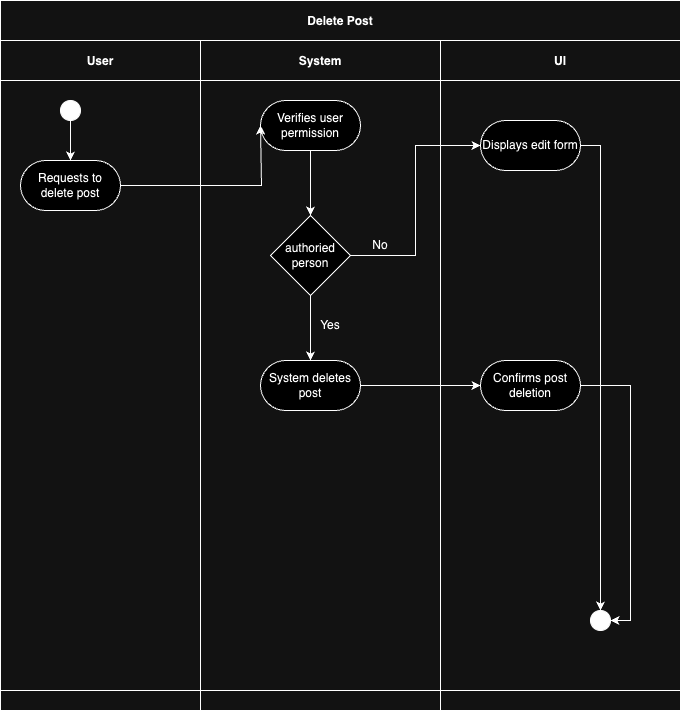
This is Assets/Delete post .drawio.png from millisom/GluGuide, a draw.io export, as it was before one commit. Source tidied: cells renumbered, new cells last; positions are measured from the earlier drawing's top-left corner, leaving out a move shared by most shapes.
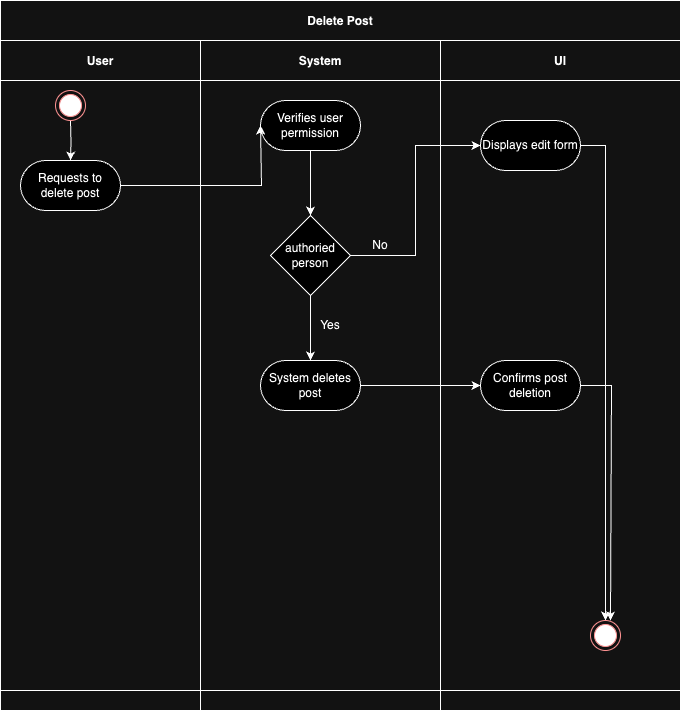
Later version of the same file.

What changed in the source:
```diff
@@ -14,12 +14,14 @@
     <mxCell id="5" value="Requests to delete post" style="rounded=1;whiteSpace=wrap;html=1;arcSize=50;" parent="4" vertex="1">
       <mxGeometry x="20" y="120" width="100" height="50" as="geometry" />
     </mxCell>
-    <mxCell id="6" style="edgeStyle=orthogonalEdgeStyle;rounded=0;jettySize=auto;html=1;exitX=0.5;exitY=1;exitDx=0;exitDy=0;entryX=0.5;entryY=0;entryDx=0;entryDy=0;" parent="4" edge="1" source="7" target="5">
-      <mxGeometry relative="1" as="geometry" />
+    <mxCell id="6" style="edgeStyle=orthogonalEdgeStyle;rounded=0;jettySize=auto;html=1;exitX=0.5;exitY=1;exitDx=0;exitDy=0;entryX=0.5;entryY=0;entryDx=0;entryDy=0;" parent="4" edge="1" target="5">
+      <mxGeometry relative="1" as="geometry">
+        <mxPoint x="70" y="80" as="sourcePoint" />
+      </mxGeometry>
     </mxCell>
-    <mxCell id="7" style="ellipse;whiteSpace=wrap;html=1;fillColor=#000000;" parent="4" vertex="1">
-      <mxGeometry x="60" y="60" width="20" height="20" as="geometry" />
-    </mxCell>
+    <mxCell id="29" style="ellipse;html=1;shape=endState;fillColor=#000000;strokeColor=#ff0000;" parent="4" vertex="1">
+      <mxGeometry x="55" y="50" width="30" height="30" as="geometry" />
+    </mxCell>
     <mxCell id="8" value="System" style="swimlane;swimlaneHead=0;swimlaneBody=0;fillColor=none;startSize=40;fontStyle=1;" parent="3" vertex="1">
       <mxGeometry x="200" width="240" height="650" as="geometry" />
     </mxCell>
@@ -47,21 +49,26 @@
     <mxCell id="16" value="UI" style="swimlane;swimlaneHead=0;swimlaneBody=0;fillColor=none;startSize=40;fontStyle=1;" parent="3" vertex="1">
       <mxGeometry x="440" width="240" height="650" as="geometry" />
     </mxCell>
-    <mxCell id="17" style="edgeStyle=orthogonalEdgeStyle;rounded=0;jettySize=auto;html=1;exitX=1;exitY=0.5;exitDx=0;exitDy=0;entryX=1;entryY=0.5;entryDx=0;entryDy=0;" parent="16" edge="1" source="18" target="19">
-      <mxGeometry relative="1" as="geometry" />
+    <mxCell id="17" style="edgeStyle=orthogonalEdgeStyle;rounded=0;jettySize=auto;html=1;exitX=1;exitY=0.5;exitDx=0;exitDy=0;entryX=1;entryY=0.5;entryDx=0;entryDy=0;" parent="16" edge="1" source="18">
+      <mxGeometry relative="1" as="geometry">
+        <mxPoint x="170" y="580" as="targetPoint" />
+        <Array as="points">
+          <mxPoint x="171" y="345" />
+        </Array>
+      </mxGeometry>
     </mxCell>
     <mxCell id="18" value="Confirms post deletion" style="rounded=1;whiteSpace=wrap;html=1;arcSize=50;" parent="16" vertex="1">
       <mxGeometry x="40" y="320" width="100" height="50" as="geometry" />
     </mxCell>
-    <mxCell id="19" style="ellipse;whiteSpace=wrap;html=1;fillColor=#000000;" parent="16" vertex="1">
-      <mxGeometry x="150" y="570" width="20" height="20" as="geometry" />
-    </mxCell>
-    <mxCell id="20" style="edgeStyle=orthogonalEdgeStyle;rounded=0;jettySize=auto;html=1;exitX=1;exitY=0.5;exitDx=0;exitDy=0;entryX=0.5;entryY=0;entryDx=0;entryDy=0;" parent="16" edge="1" source="21" target="19">
+    <mxCell id="20" style="edgeStyle=orthogonalEdgeStyle;rounded=0;jettySize=auto;html=1;exitX=1;exitY=0.5;exitDx=0;exitDy=0;entryX=0.5;entryY=0;entryDx=0;entryDy=0;" parent="16" edge="1" source="21" target="30">
       <mxGeometry relative="1" as="geometry" />
     </mxCell>
     <mxCell id="21" value="Displays edit form" style="rounded=1;whiteSpace=wrap;html=1;arcSize=50;" parent="16" vertex="1">
       <mxGeometry x="40" y="80" width="100" height="50" as="geometry" />
     </mxCell>
+    <mxCell id="30" style="ellipse;html=1;shape=endState;fillColor=#000000;strokeColor=#ff0000;" parent="16" vertex="1">
+      <mxGeometry x="150" y="580" width="30" height="30" as="geometry" />
+    </mxCell>
     <mxCell id="22" style="edgeStyle=orthogonalEdgeStyle;rounded=0;jettySize=auto;html=1;entryX=0;entryY=0.5;entryDx=0;entryDy=0;" parent="3" edge="1" source="5">
       <mxGeometry relative="1" as="geometry">
         <mxPoint x="260" y="85" as="targetPoint" />
```
